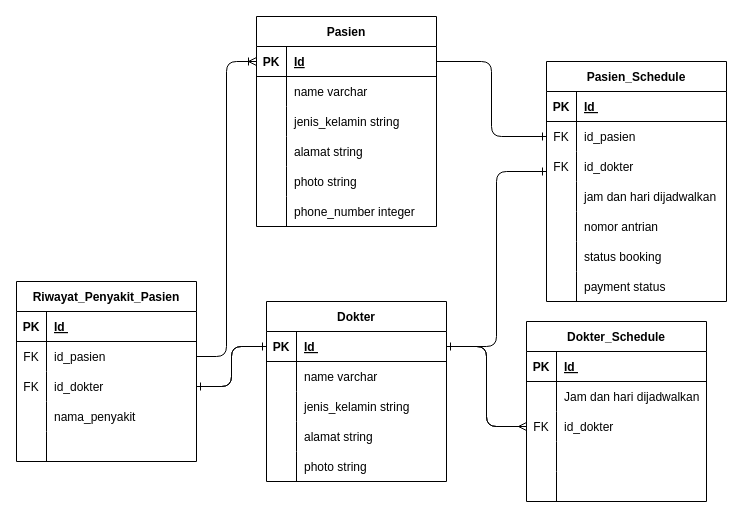
Earlier version of the draw.io diagram schema.drawio (MAG-org/server). Source tidied: cells renumbered, new cells numbered last; positions are measured from the earlier drawing's top-left corner, leaving out a move shared by most shapes. Both pictures are drawn from the tidied source at 100%, with x=0, y=0 at pixel (16, 16).
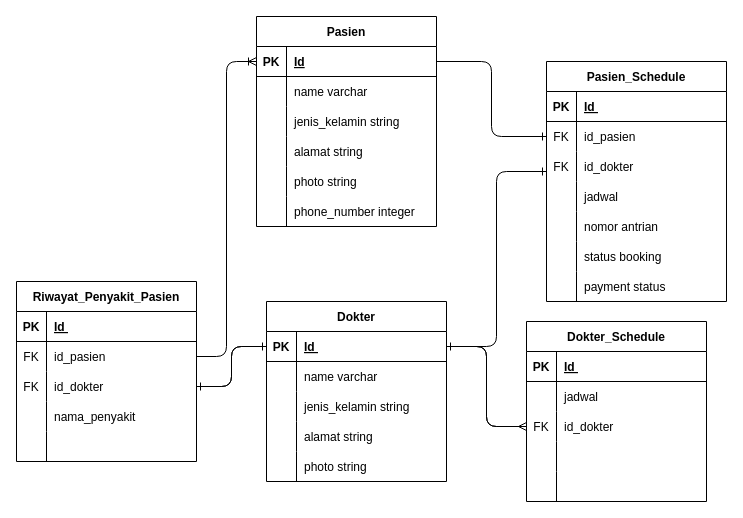
After the change.

The change refers to these unchanged cells:
```xml
<mxCell id="63" style="shape=tableRow;horizontal=0;startSize=0;swimlaneHead=0;swimlaneBody=0;fillColor=none;top=0;left=0;right=0;bottom=0;" parent="53" vertex="1">
  <mxGeometry y="120" width="180" height="30" as="geometry" />
</mxCell>
<mxCell id="79" style="shape=tableRow;horizontal=0;startSize=0;swimlaneHead=0;swimlaneBody=0;fillColor=none;top=0;left=0;right=0;bottom=0;" parent="75" vertex="1">
  <mxGeometry y="60" width="180" height="30" as="geometry" />
</mxCell>
```

Diff of the diagram source:
```diff
@@
-    <mxCell id="65" value="jam dan hari dijadwalkan" style="shape=partialRectangle;fillColor=none;top=0;left=0;bottom=0;right=0;align=left;spacingLeft=6;overflow=hidden;" parent="63" vertex="1">
+    <mxCell id="65" value="jadwal" style="shape=partialRectangle;fillColor=none;top=0;left=0;bottom=0;right=0;align=left;spacingLeft=6;overflow=hidden;" parent="63" vertex="1">
       <mxGeometry x="30" width="150" height="30" as="geometry" />
     </mxCell>
@@
-    <mxCell id="81" value="Jam dan hari dijadwalkan" style="shape=partialRectangle;fillColor=none;top=0;left=0;bottom=0;right=0;align=left;spacingLeft=6;overflow=hidden;" parent="79" vertex="1">
+    <mxCell id="81" value="jadwal" style="shape=partialRectangle;fillColor=none;top=0;left=0;bottom=0;right=0;align=left;spacingLeft=6;overflow=hidden;" parent="79" vertex="1">
       <mxGeometry x="30" width="150" height="30" as="geometry" />
     </mxCell>
```
